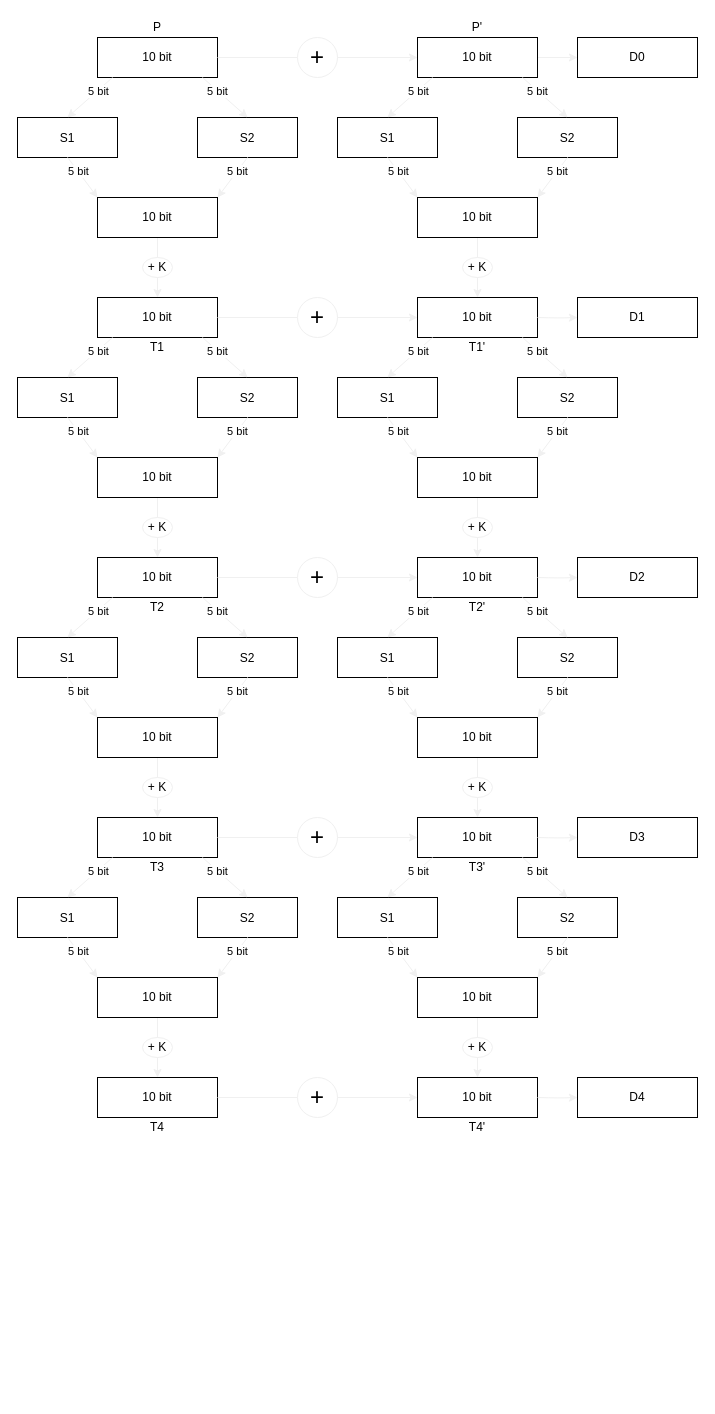
Earlier version of the draw.io diagram images/krypto.drawio (Cookie0700/krypto). Source tidied: cells renumbered, new cells numbered last; positions are measured from the earlier drawing's top-left corner, leaving out a move shared by most shapes. Both pictures are drawn from the tidied source at 100%, with x=0, y=0 at pixel (17, 17).
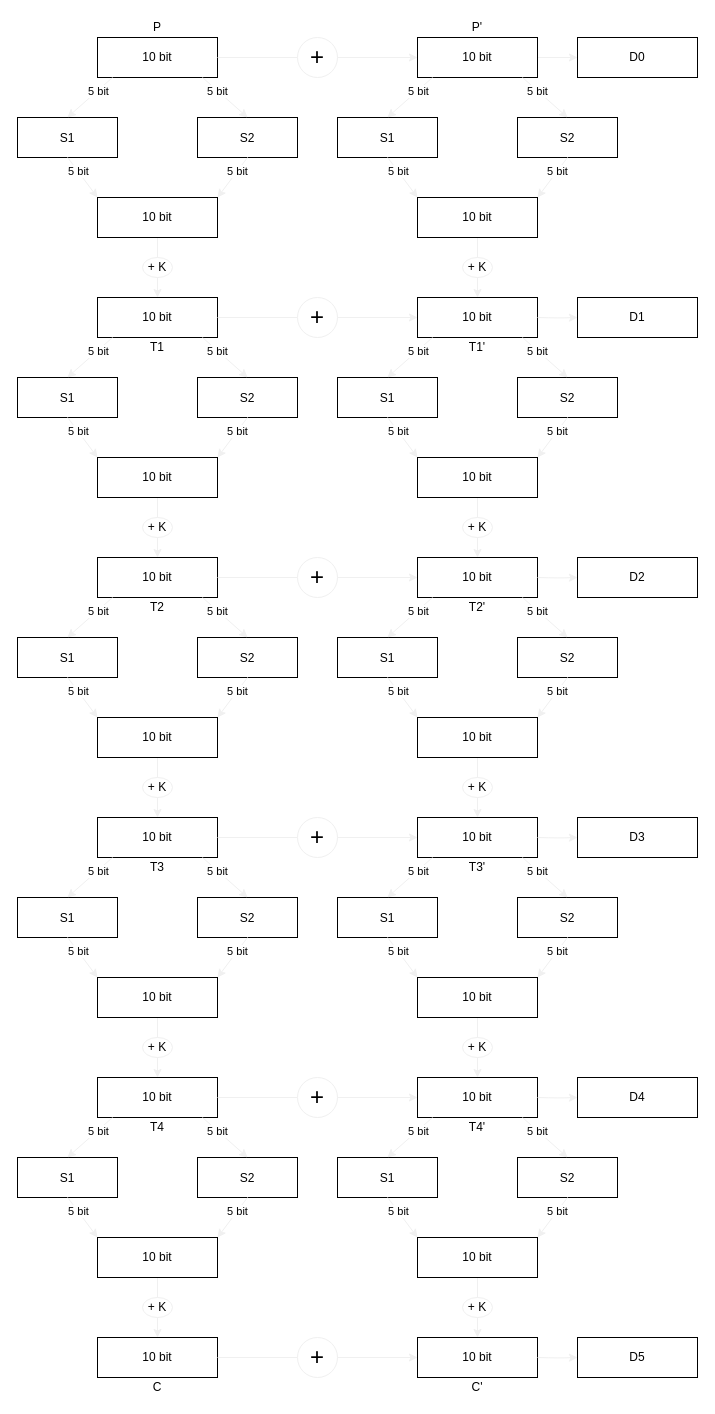
Above is the later version.

The edit, as a diff of the source:
```diff
@@
+    <mxCell id="146" value="S1" style="shape=umlLifeline;perimeter=lifelinePerimeter;rounded=0;shadow=0;strokeWidth=1;" parent="1" vertex="1">
+      <mxGeometry y="1140" width="100" height="40" as="geometry" />
+    </mxCell>
+    <mxCell id="147" value="S2" style="shape=umlLifeline;perimeter=lifelinePerimeter;rounded=0;shadow=0;strokeWidth=1;" parent="1" vertex="1">
+      <mxGeometry x="180" y="1140" width="100" height="40" as="geometry" />
+    </mxCell>
+    <mxCell id="148" style="edgeStyle=orthogonalEdgeStyle;rounded=1;jettySize=auto;html=1;strokeColor=#f0f0f0;" parent="1" edge="1" source="149" target="154">
+      <mxGeometry relative="1" as="geometry" />
+    </mxCell>
+    <mxCell id="149" value="10 bit" style="rounded=0;whiteSpace=wrap;html=1;" parent="1" vertex="1">
+      <mxGeometry x="80" y="1220" width="120" height="40" as="geometry" />
+    </mxCell>
+    <mxCell id="150" style="endArrow=classic;html=1;strokeColor=#f0f0f0;exitX=0.25;exitY=1;exitDx=0;exitDy=0;entryX=0.499;entryY=-0.002;entryDx=0;entryDy=0;entryPerimeter=0;" parent="1" edge="1" target="146">
+      <mxGeometry relative="1" as="geometry">
+        <mxPoint x="95" y="1100" as="sourcePoint" />
+      </mxGeometry>
+    </mxCell>
+    <mxCell id="151" value="5 bit" style="edgeLabel;html=1;align=center;verticalAlign=middle;" parent="150" vertex="1">
+      <mxGeometry x="-0.33" relative="1" as="geometry" />
+    </mxCell>
+    <mxCell id="152" style="endArrow=classic;html=1;strokeColor=#f0f0f0;exitX=0.75;exitY=1;exitDx=0;exitDy=0;entryX=0.501;entryY=-0.001;entryDx=0;entryDy=0;entryPerimeter=0;" parent="1" edge="1" target="147">
+      <mxGeometry relative="1" as="geometry">
+        <mxPoint x="185" y="1100" as="sourcePoint" />
+      </mxGeometry>
+    </mxCell>
+    <mxCell id="153" value="5 bit" style="edgeLabel;html=1;align=center;verticalAlign=middle;" parent="152" vertex="1">
+      <mxGeometry x="-0.33" relative="1" as="geometry" />
+    </mxCell>
+    <mxCell id="154" value="10 bit" style="rounded=0;whiteSpace=wrap;html=1;" parent="1" vertex="1">
+      <mxGeometry x="80" y="1320" width="120" height="40" as="geometry" />
+    </mxCell>
+    <mxCell id="155" style="endArrow=classic;html=1;strokeColor=#f0f0f0;exitX=0.501;exitY=0.998;exitDx=0;exitDy=0;entryX=1;entryY=0;entryDx=0;entryDy=0;exitPerimeter=0;" parent="1" edge="1" source="147" target="149">
+      <mxGeometry relative="1" as="geometry" />
+    </mxCell>
+    <mxCell id="156" value="5 bit" style="edgeLabel;html=1;align=center;verticalAlign=middle;" parent="155" vertex="1">
+      <mxGeometry x="-0.33" relative="1" as="geometry" />
+    </mxCell>
+    <mxCell id="157" style="endArrow=classic;html=1;strokeColor=#f0f0f0;exitX=0.501;exitY=0.998;exitDx=0;exitDy=0;entryX=0;entryY=0;entryDx=0;entryDy=0;exitPerimeter=0;" parent="1" edge="1" source="146" target="149">
+      <mxGeometry relative="1" as="geometry" />
+    </mxCell>
+    <mxCell id="158" value="5 bit" style="edgeLabel;html=1;align=center;verticalAlign=middle;" parent="157" vertex="1">
+      <mxGeometry x="-0.33" relative="1" as="geometry" />
+    </mxCell>
+    <mxCell id="159" value="+ K" style="ellipse;whiteSpace=wrap;html=1;rounded=0;strokeColor=#f0f0f0;" parent="1" vertex="1">
+      <mxGeometry x="125" y="1280" width="30" height="20" as="geometry" />
+    </mxCell>
+    <mxCell id="160" value="S1" style="shape=umlLifeline;perimeter=lifelinePerimeter;rounded=0;shadow=0;strokeWidth=1;" parent="1" vertex="1">
+      <mxGeometry x="320" y="1140" width="100" height="40" as="geometry" />
+    </mxCell>
+    <mxCell id="161" value="S2" style="shape=umlLifeline;perimeter=lifelinePerimeter;rounded=0;shadow=0;strokeWidth=1;" parent="1" vertex="1">
+      <mxGeometry x="500" y="1140" width="100" height="40" as="geometry" />
+    </mxCell>
+    <mxCell id="162" style="edgeStyle=orthogonalEdgeStyle;rounded=1;jettySize=auto;html=1;strokeColor=#f0f0f0;" parent="1" edge="1" source="163" target="168">
+      <mxGeometry relative="1" as="geometry" />
+    </mxCell>
+    <mxCell id="163" value="10 bit" style="rounded=0;whiteSpace=wrap;html=1;" parent="1" vertex="1">
+      <mxGeometry x="400" y="1220" width="120" height="40" as="geometry" />
+    </mxCell>
+    <mxCell id="164" style="endArrow=classic;html=1;strokeColor=#f0f0f0;exitX=0.25;exitY=1;exitDx=0;exitDy=0;entryX=0.499;entryY=-0.002;entryDx=0;entryDy=0;entryPerimeter=0;" parent="1" edge="1" target="160">
+      <mxGeometry relative="1" as="geometry">
+        <mxPoint x="415" y="1100" as="sourcePoint" />
+      </mxGeometry>
+    </mxCell>
+    <mxCell id="165" value="5 bit" style="edgeLabel;html=1;align=center;verticalAlign=middle;" parent="164" vertex="1">
+      <mxGeometry x="-0.33" relative="1" as="geometry" />
+    </mxCell>
+    <mxCell id="166" style="endArrow=classic;html=1;strokeColor=#f0f0f0;exitX=0.75;exitY=1;exitDx=0;exitDy=0;entryX=0.501;entryY=-0.001;entryDx=0;entryDy=0;entryPerimeter=0;" parent="1" edge="1" target="161">
+      <mxGeometry relative="1" as="geometry">
+        <mxPoint x="505" y="1100" as="sourcePoint" />
+      </mxGeometry>
+    </mxCell>
+    <mxCell id="167" value="5 bit" style="edgeLabel;html=1;align=center;verticalAlign=middle;" parent="166" vertex="1">
+      <mxGeometry x="-0.33" relative="1" as="geometry" />
+    </mxCell>
+    <mxCell id="168" value="10 bit" style="rounded=0;whiteSpace=wrap;html=1;" parent="1" vertex="1">
+      <mxGeometry x="400" y="1320" width="120" height="40" as="geometry" />
+    </mxCell>
+    <mxCell id="169" style="endArrow=classic;html=1;strokeColor=#f0f0f0;exitX=0.501;exitY=0.998;exitDx=0;exitDy=0;entryX=1;entryY=0;entryDx=0;entryDy=0;exitPerimeter=0;" parent="1" edge="1" source="161" target="163">
+      <mxGeometry relative="1" as="geometry" />
+    </mxCell>
+    <mxCell id="170" value="5 bit" style="edgeLabel;html=1;align=center;verticalAlign=middle;" parent="169" vertex="1">
+      <mxGeometry x="-0.33" relative="1" as="geometry" />
+    </mxCell>
+    <mxCell id="171" style="endArrow=classic;html=1;strokeColor=#f0f0f0;exitX=0.501;exitY=0.998;exitDx=0;exitDy=0;entryX=0;entryY=0;entryDx=0;entryDy=0;exitPerimeter=0;" parent="1" edge="1" source="160" target="163">
+      <mxGeometry relative="1" as="geometry" />
+    </mxCell>
+    <mxCell id="172" value="5 bit" style="edgeLabel;html=1;align=center;verticalAlign=middle;" parent="171" vertex="1">
+      <mxGeometry x="-0.33" relative="1" as="geometry" />
+    </mxCell>
+    <mxCell id="173" value="+ K" style="ellipse;whiteSpace=wrap;html=1;rounded=0;strokeColor=#f0f0f0;" parent="1" vertex="1">
+      <mxGeometry x="445" y="1280" width="30" height="20" as="geometry" />
+    </mxCell>
+    <mxCell id="174" style="edgeStyle=orthogonalEdgeStyle;rounded=1;jettySize=auto;html=1;strokeColor=#f0f0f0;" parent="1" edge="1" target="175">
+      <mxGeometry relative="1" as="geometry">
+        <mxPoint x="520" y="1340" as="sourcePoint" />
+      </mxGeometry>
+    </mxCell>
+    <mxCell id="175" value="D5" style="rounded=0;whiteSpace=wrap;html=1;" parent="1" vertex="1">
+      <mxGeometry x="560" y="1320" width="120" height="40" as="geometry" />
+    </mxCell>
+    <mxCell id="176" style="edgeStyle=orthogonalEdgeStyle;rounded=1;orthogonalLoop=1;jettySize=auto;html=1;strokeColor=#f0f0f0;exitX=1;exitY=0.5;exitDx=0;exitDy=0;entryX=0;entryY=0.5;entryDx=0;entryDy=0;" parent="1" edge="1">
+      <mxGeometry relative="1" as="geometry">
+        <mxPoint x="200" y="1340" as="sourcePoint" />
+        <mxPoint x="400" y="1340" as="targetPoint" />
+      </mxGeometry>
+    </mxCell>
+    <mxCell id="177" value="&lt;font style=&quot;font-size: 24px&quot;&gt;+&lt;/font&gt;" style="ellipse;whiteSpace=wrap;html=1;rounded=0;strokeColor=#f0f0f0;" parent="1" vertex="1">
+      <mxGeometry x="280" y="1320" width="40" height="40" as="geometry" />
+    </mxCell>
+    <mxCell id="178" value="C" style="text;html=1;strokeColor=none;fillColor=none;align=center;verticalAlign=middle;whiteSpace=wrap;rounded=0;" parent="1" vertex="1">
+      <mxGeometry x="120" y="1360" width="40" height="20" as="geometry" />
+    </mxCell>
+    <mxCell id="179" value="C'" style="text;html=1;strokeColor=none;fillColor=none;align=center;verticalAlign=middle;whiteSpace=wrap;rounded=0;" parent="1" vertex="1">
+      <mxGeometry x="440" y="1360" width="40" height="20" as="geometry" />
+    </mxCell>
```
